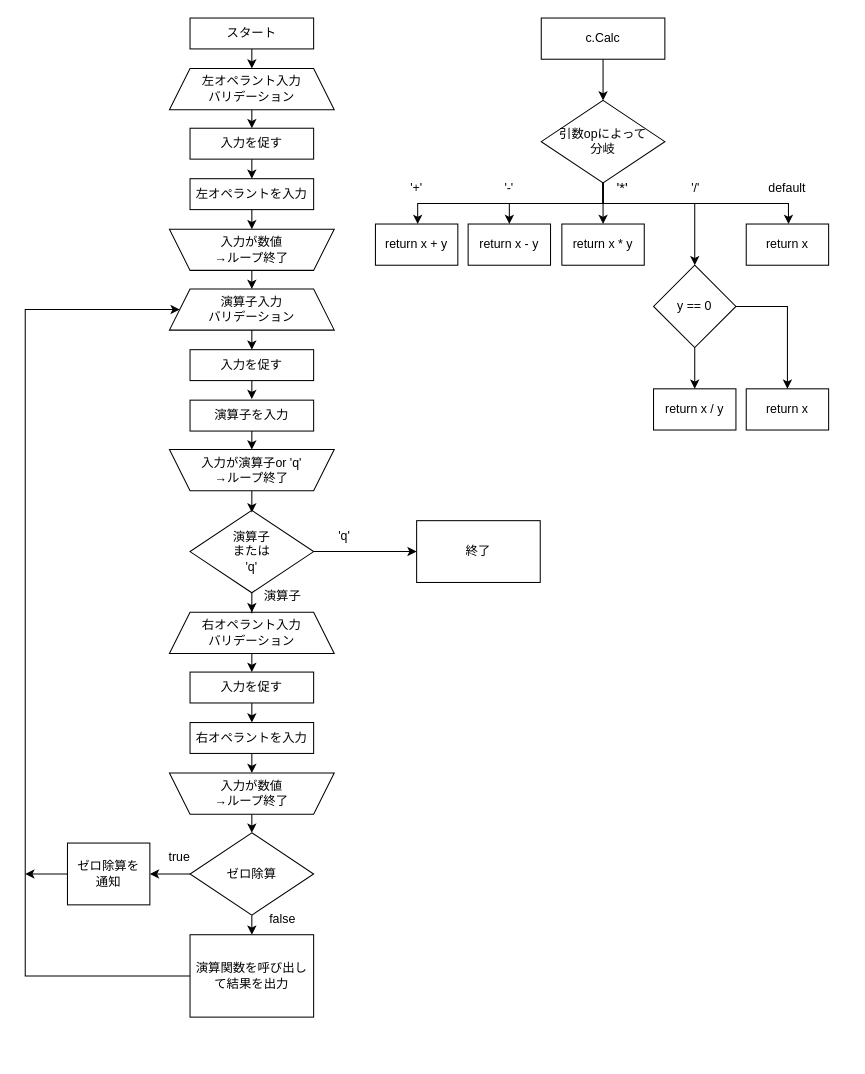
Above: 標準電卓.drawio in kiakibasl-dev/dentaku (draw.io), before the change. Source tidied: cells renumbered, new cells numbered last; positions are measured from the earlier drawing's top-left corner, leaving out a move shared by most shapes. Both pictures are drawn from the tidied source at 103%, with x=0, y=0 at pixel (25, 18).
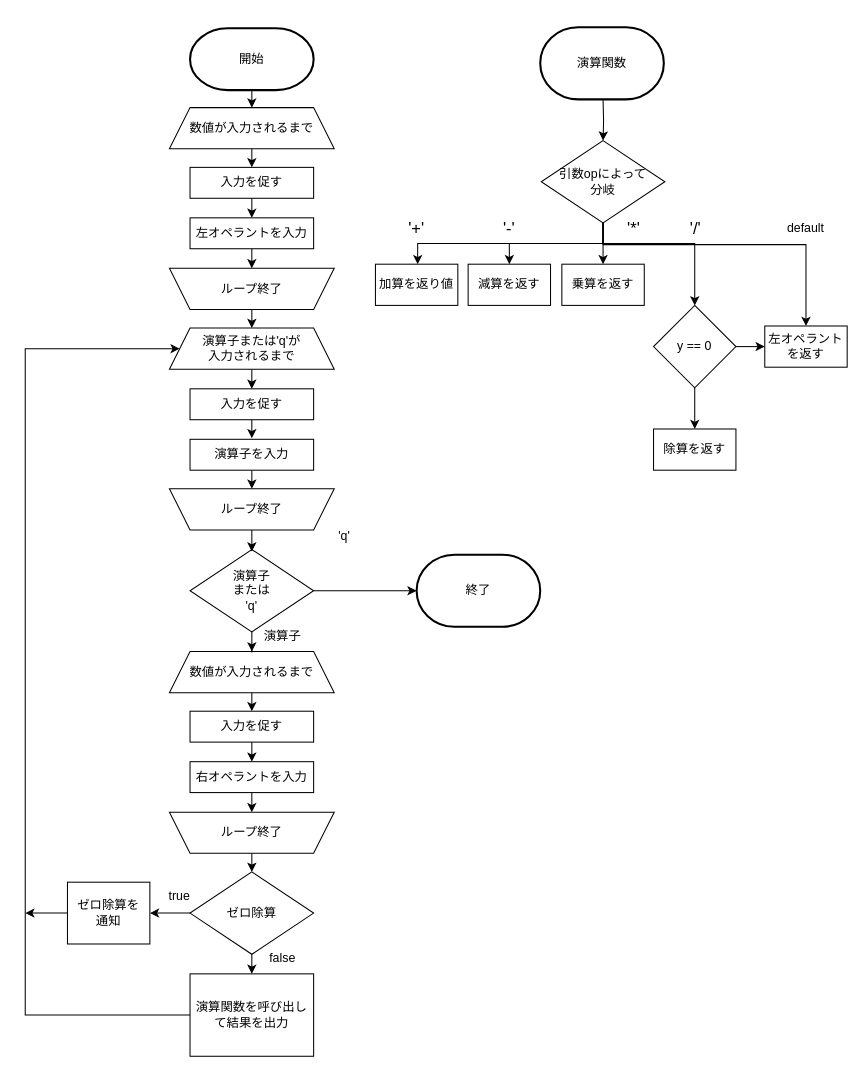
After the change.

Commit message:
関数のノードを修正

Unchanged cells that the change refers to:
```xml
<mxCell id="6" style="group;" parent="1" vertex="1">
  <mxGeometry x="140" width="160" height="970" as="geometry" />
</mxCell>
<mxCell id="49" value="引数opによって&lt;div&gt;分岐&lt;/div&gt;" style="rhombus;whiteSpace=wrap;html=1;" parent="42" vertex="1">
  <mxGeometry x="161" y="80" width="120" height="80" as="geometry" />
</mxCell>
<mxCell id="57" value="y == 0" style="rhombus;whiteSpace=wrap;html=1;" parent="42" vertex="1">
  <mxGeometry x="270" y="240" width="80" height="80" as="geometry" />
</mxCell>
```

Diff of the diagram source:
```diff
@@
-    <mxCell id="2" value="終了" style="rounded=0;whiteSpace=wrap;html=1;" parent="1" vertex="1">
-      <mxGeometry x="380" y="488" width="120" height="60" as="geometry" />
-    </mxCell>
     <mxCell id="3" style="edgeStyle=orthogonalEdgeStyle;rounded=0;jettySize=auto;html=1;" parent="1" edge="1" source="4">
       <mxGeometry relative="1" as="geometry">
-        <mxPoint y="831" as="targetPoint" />
+        <mxPoint y="869" as="targetPoint" />
       </mxGeometry>
     </mxCell>
     <mxCell id="4" value="ゼロ除算を&lt;div&gt;通知&lt;/div&gt;" style="rounded=0;whiteSpace=wrap;html=1;" parent="1" vertex="1">
-      <mxGeometry x="41" y="801" width="80" height="60" as="geometry" />
+      <mxGeometry x="41" y="839" width="80" height="60" as="geometry" />
     </mxCell>
@@
-    <mxCell id="8" value="入力が数値&lt;div&gt;→ループ終了&lt;/div&gt;" style="shape=trapezoid;perimeter=trapezoidPerimeter;whiteSpace=wrap;html=1;fixedSize=1;rotation=0;direction=west;" parent="6" vertex="1">
-      <mxGeometry y="205" width="160" height="40" as="geometry" />
+    <mxCell id="8" value="&lt;div&gt;ループ終了&lt;/div&gt;" style="shape=trapezoid;perimeter=trapezoidPerimeter;whiteSpace=wrap;html=1;fixedSize=1;rotation=0;direction=west;" parent="6" vertex="1">
+      <mxGeometry y="243" width="160" height="40" as="geometry" />
     </mxCell>
-    <mxCell id="9" style="edgeStyle=orthogonalEdgeStyle;rounded=0;jettySize=auto;html=1;exitX=0.5;exitY=1;exitDx=0;exitDy=0;entryX=0.5;entryY=0;entryDx=0;entryDy=0;" parent="6" edge="1" source="10" target="16">
-      <mxGeometry relative="1" as="geometry" />
+    <mxCell id="9" style="edgeStyle=orthogonalEdgeStyle;rounded=0;jettySize=auto;html=1;exitX=0.5;exitY=1;exitDx=0;exitDy=0;entryX=0.5;entryY=0;entryDx=0;entryDy=0;" parent="6" edge="1" target="16">
+      <mxGeometry relative="1" as="geometry">
+        <mxPoint x="80" y="68" as="sourcePoint" />
+      </mxGeometry>
     </mxCell>
-    <mxCell id="10" value="スタート" style="rounded=0;whiteSpace=wrap;html=1;" parent="6" vertex="1">
-      <mxGeometry x="20" width="120" height="30" as="geometry" />
-    </mxCell>
@@
     <mxCell id="12" value="ゼロ除算" style="rhombus;whiteSpace=wrap;html=1;" parent="6" vertex="1">
-      <mxGeometry x="20" y="791" width="120" height="80" as="geometry" />
+      <mxGeometry x="20" y="829" width="120" height="80" as="geometry" />
     </mxCell>
     <mxCell id="13" style="edgeStyle=orthogonalEdgeStyle;rounded=0;jettySize=auto;html=1;entryX=0;entryY=0.5;entryDx=0;entryDy=0;" parent="6" edge="1" source="14" target="22">
       <mxGeometry relative="1" as="geometry">
         <Array as="points">
-          <mxPoint x="-140" y="930" />
-          <mxPoint x="-140" y="283" />
+          <mxPoint x="-140" y="968" />
+          <mxPoint x="-140" y="321" />
         </Array>
       </mxGeometry>
     </mxCell>
     <mxCell id="14" value="演算関数を呼び出して結果を出力" style="rounded=0;whiteSpace=wrap;html=1;" parent="6" vertex="1">
-      <mxGeometry x="20" y="890" width="120" height="80" as="geometry" />
+      <mxGeometry x="20" y="928" width="120" height="80" as="geometry" />
     </mxCell>
@@
-    <mxCell id="16" value="左オペラント入力&lt;div&gt;バリデーション&lt;/div&gt;" style="shape=trapezoid;perimeter=trapezoidPerimeter;whiteSpace=wrap;html=1;fixedSize=1;rounded=0;" parent="6" vertex="1">
-      <mxGeometry y="49" width="160" height="40" as="geometry" />
+    <mxCell id="16" value="数値が&lt;span style=&quot;background-color: transparent; color: light-dark(rgb(0, 0, 0), rgb(255, 255, 255));&quot;&gt;入力されるまで&lt;/span&gt;" style="shape=trapezoid;perimeter=trapezoidPerimeter;whiteSpace=wrap;html=1;fixedSize=1;rounded=0;" parent="6" vertex="1">
+      <mxGeometry y="87" width="160" height="40" as="geometry" />
     </mxCell>
@@
     <mxCell id="18" value="入力を促す" style="whiteSpace=wrap;html=1;rounded=0;" parent="6" vertex="1">
-      <mxGeometry x="20" y="107" width="120" height="30" as="geometry" />
+      <mxGeometry x="20" y="145" width="120" height="30" as="geometry" />
     </mxCell>
@@
     <mxCell id="20" value="左オペラントを入力" style="rounded=0;whiteSpace=wrap;html=1;" parent="6" vertex="1">
-      <mxGeometry x="20" y="156" width="120" height="30" as="geometry" />
+      <mxGeometry x="20" y="194" width="120" height="30" as="geometry" />
     </mxCell>
@@
-    <mxCell id="22" value="演算子入力&lt;div&gt;バリデーション&lt;/div&gt;" style="shape=trapezoid;perimeter=trapezoidPerimeter;whiteSpace=wrap;html=1;fixedSize=1;rounded=0;" parent="6" vertex="1">
-      <mxGeometry y="263" width="160" height="40" as="geometry" />
+    <mxCell id="22" value="演算子または'q'が&lt;br&gt;&lt;div&gt;入力されるまで&lt;/div&gt;" style="shape=trapezoid;perimeter=trapezoidPerimeter;whiteSpace=wrap;html=1;fixedSize=1;rounded=0;" parent="6" vertex="1">
+      <mxGeometry y="301" width="160" height="40" as="geometry" />
     </mxCell>
     <mxCell id="23" style="edgeStyle=orthogonalEdgeStyle;rounded=0;jettySize=auto;html=1;exitX=0.5;exitY=1;exitDx=0;exitDy=0;" parent="6" edge="1" source="24">
       <mxGeometry relative="1" as="geometry">
-        <mxPoint x="80" y="370" as="targetPoint" />
+        <mxPoint x="80" y="408" as="targetPoint" />
       </mxGeometry>
     </mxCell>
     <mxCell id="24" value="入力を促す" style="whiteSpace=wrap;html=1;rounded=0;" parent="6" vertex="1">
-      <mxGeometry x="20" y="322" width="120" height="30" as="geometry" />
+      <mxGeometry x="20" y="360" width="120" height="30" as="geometry" />
     </mxCell>
@@
     <mxCell id="26" value="演算子を入力" style="rounded=0;whiteSpace=wrap;html=1;" parent="6" vertex="1">
-      <mxGeometry x="20" y="371" width="120" height="30" as="geometry" />
+      <mxGeometry x="20" y="409" width="120" height="30" as="geometry" />
     </mxCell>
@@
-    <mxCell id="28" value="右オペラント入力&lt;div&gt;バリデーション&lt;/div&gt;" style="shape=trapezoid;perimeter=trapezoidPerimeter;whiteSpace=wrap;html=1;fixedSize=1;rounded=0;" parent="6" vertex="1">
-      <mxGeometry y="577" width="160" height="40" as="geometry" />
+    <mxCell id="28" value="数値が入力されるまで" style="shape=trapezoid;perimeter=trapezoidPerimeter;whiteSpace=wrap;html=1;fixedSize=1;rounded=0;" parent="6" vertex="1">
+      <mxGeometry y="615" width="160" height="40" as="geometry" />
     </mxCell>
@@
     <mxCell id="30" value="入力を促す" style="whiteSpace=wrap;html=1;rounded=0;" parent="6" vertex="1">
-      <mxGeometry x="20" y="635" width="120" height="30" as="geometry" />
+      <mxGeometry x="20" y="673" width="120" height="30" as="geometry" />
     </mxCell>
@@
     <mxCell id="32" value="右オペラントを入力" style="rounded=0;whiteSpace=wrap;html=1;" parent="6" vertex="1">
-      <mxGeometry x="20" y="684" width="120" height="30" as="geometry" />
+      <mxGeometry x="20" y="722" width="120" height="30" as="geometry" />
     </mxCell>
@@
     <mxCell id="34" value="演算子&lt;div&gt;または&lt;/div&gt;&lt;div&gt;'q'&lt;/div&gt;" style="rhombus;whiteSpace=wrap;html=1;" parent="6" vertex="1">
-      <mxGeometry x="20" y="478" width="120" height="80" as="geometry" />
+      <mxGeometry x="20" y="516" width="120" height="80" as="geometry" />
     </mxCell>
@@
-    <mxCell id="36" value="入力が数値&lt;div&gt;→ループ終了&lt;/div&gt;" style="shape=trapezoid;perimeter=trapezoidPerimeter;whiteSpace=wrap;html=1;fixedSize=1;rotation=0;direction=west;" parent="6" vertex="1">
-      <mxGeometry y="733" width="160" height="40" as="geometry" />
+    <mxCell id="36" value="ループ終了" style="shape=trapezoid;perimeter=trapezoidPerimeter;whiteSpace=wrap;html=1;fixedSize=1;rotation=0;direction=west;" parent="6" vertex="1">
+      <mxGeometry y="771" width="160" height="40" as="geometry" />
     </mxCell>
     <mxCell id="37" style="edgeStyle=orthogonalEdgeStyle;rounded=0;jettySize=auto;html=1;exitX=0.5;exitY=0;exitDx=0;exitDy=0;" parent="6" edge="1" source="38">
       <mxGeometry relative="1" as="geometry">
-        <mxPoint x="80" y="480" as="targetPoint" />
+        <mxPoint x="80" y="518" as="targetPoint" />
       </mxGeometry>
     </mxCell>
-    <mxCell id="38" value="入力が演算子or 'q'&lt;div&gt;→ループ終了&lt;/div&gt;" style="shape=trapezoid;perimeter=trapezoidPerimeter;whiteSpace=wrap;html=1;fixedSize=1;rotation=0;direction=west;" parent="6" vertex="1">
-      <mxGeometry y="419" width="160" height="40" as="geometry" />
+    <mxCell id="38" value="&lt;div&gt;ループ終了&lt;/div&gt;" style="shape=trapezoid;perimeter=trapezoidPerimeter;whiteSpace=wrap;html=1;fixedSize=1;rotation=0;direction=west;" parent="6" vertex="1">
+      <mxGeometry y="457" width="160" height="40" as="geometry" />
     </mxCell>
     <mxCell id="39" value="false" style="text;html=1;whiteSpace=wrap;strokeColor=none;fillColor=none;align=center;verticalAlign=middle;rounded=0;" parent="6" vertex="1">
-      <mxGeometry x="80" y="860" width="60" height="30" as="geometry" />
+      <mxGeometry x="80" y="898" width="60" height="30" as="geometry" />
     </mxCell>
     <mxCell id="40" value="演算子" style="text;html=1;whiteSpace=wrap;strokeColor=none;fillColor=none;align=center;verticalAlign=middle;rounded=0;" parent="6" vertex="1">
-      <mxGeometry x="80" y="547" width="60" height="30" as="geometry" />
+      <mxGeometry x="80" y="585" width="60" height="30" as="geometry" />
     </mxCell>
     <mxCell id="41" value="true" style="text;html=1;whiteSpace=wrap;strokeColor=none;fillColor=none;align=center;verticalAlign=middle;rounded=0;" parent="6" vertex="1">
-      <mxGeometry x="-20" y="800" width="60" height="30" as="geometry" />
+      <mxGeometry x="-20" y="838" width="60" height="30" as="geometry" />
     </mxCell>
+    <mxCell id="67" value="開始" style="strokeWidth=2;html=1;shape=mxgraph.flowchart.terminator;whiteSpace=wrap;" parent="6" vertex="1">
+      <mxGeometry x="20" y="10" width="120" height="60" as="geometry" />
+    </mxCell>
+    <mxCell id="65" style="edgeStyle=orthogonalEdgeStyle;rounded=0;jettySize=auto;html=1;" parent="1" edge="1" source="34" target="2">
+      <mxGeometry relative="1" as="geometry" />
+    </mxCell>
+    <mxCell id="66" style="edgeStyle=orthogonalEdgeStyle;rounded=0;jettySize=auto;html=1;entryX=1;entryY=0.5;entryDx=0;entryDy=0;" parent="1" edge="1" source="12" target="4">
+      <mxGeometry relative="1" as="geometry" />
+    </mxCell>
+    <mxCell id="2" value="終了" style="strokeWidth=2;html=1;shape=mxgraph.flowchart.terminator;whiteSpace=wrap;" parent="1" vertex="1">
+      <mxGeometry x="380" y="521" width="120" height="70" as="geometry" />
+    </mxCell>
+    <mxCell id="68" value="演算関数" style="strokeWidth=2;html=1;shape=mxgraph.flowchart.terminator;whiteSpace=wrap;" parent="1" vertex="1">
+      <mxGeometry x="500" y="9" width="120" height="70" as="geometry" />
+    </mxCell>
     <mxCell id="42" style="group;" parent="1" vertex="1">
-      <mxGeometry x="340" width="440" height="400" as="geometry" />
+      <mxGeometry x="340" y="39" width="440" height="400" as="geometry" />
     </mxCell>
+    <mxCell id="59" value="左オペラントを返す" style="rounded=0;whiteSpace=wrap;html=1;" parent="42" vertex="1">
+      <mxGeometry x="378" y="260" width="80" height="40" as="geometry" />
+    </mxCell>
-    <mxCell id="43" style="edgeStyle=orthogonalEdgeStyle;rounded=0;jettySize=auto;html=1;" parent="42" edge="1" source="44" target="49">
-      <mxGeometry relative="1" as="geometry" />
+    <mxCell id="43" style="edgeStyle=orthogonalEdgeStyle;rounded=0;jettySize=auto;html=1;" parent="42" edge="1" target="49">
+      <mxGeometry relative="1" as="geometry">
+        <mxPoint x="221" y="40" as="sourcePoint" />
+      </mxGeometry>
     </mxCell>
-    <mxCell id="44" value="c.Calc" style="rounded=0;whiteSpace=wrap;html=1;" parent="42" vertex="1">
-      <mxGeometry x="161" width="120" height="40" as="geometry" />
-    </mxCell>
@@
-    <mxCell id="48" style="edgeStyle=orthogonalEdgeStyle;rounded=0;jettySize=auto;html=1;" parent="42" edge="1" source="49">
-      <mxGeometry relative="1" as="geometry">
-        <mxPoint x="401" y="200" as="targetPoint" />
-        <Array as="points">
-          <mxPoint x="221" y="180" />
-          <mxPoint x="401" y="180" />
-        </Array>
-      </mxGeometry>
-    </mxCell>
+    <mxCell id="69" style="edgeStyle=orthogonalEdgeStyle;rounded=0;jettySize=auto;html=1;" parent="42" edge="1" source="49" target="59">
+      <mxGeometry relative="1" as="geometry">
+        <Array as="points">
+          <mxPoint x="221" y="181" />
+          <mxPoint x="418" y="181" />
+        </Array>
+      </mxGeometry>
+    </mxCell>
@@
-    <mxCell id="50" value="return x + y" style="rounded=0;whiteSpace=wrap;html=1;" parent="42" vertex="1">
+    <mxCell id="50" value="加算を返り値" style="rounded=0;whiteSpace=wrap;html=1;" parent="42" vertex="1">
       <mxGeometry y="200" width="80" height="40" as="geometry" />
     </mxCell>
-    <mxCell id="51" value="return x - y" style="rounded=0;whiteSpace=wrap;html=1;" parent="42" vertex="1">
+    <mxCell id="51" value="減算を返す" style="rounded=0;whiteSpace=wrap;html=1;" parent="42" vertex="1">
       <mxGeometry x="90" y="200" width="80" height="40" as="geometry" />
     </mxCell>
-    <mxCell id="52" value="return x * y" style="rounded=0;whiteSpace=wrap;html=1;" parent="42" vertex="1">
+    <mxCell id="52" value="乗算を返す" style="rounded=0;whiteSpace=wrap;html=1;" parent="42" vertex="1">
       <mxGeometry x="181" y="200" width="80" height="40" as="geometry" />
     </mxCell>
-    <mxCell id="53" value="return x / y" style="rounded=0;whiteSpace=wrap;html=1;" parent="42" vertex="1">
+    <mxCell id="53" value="除算を返す" style="rounded=0;whiteSpace=wrap;html=1;" parent="42" vertex="1">
       <mxGeometry x="270" y="360" width="80" height="40" as="geometry" />
     </mxCell>
-    <mxCell id="54" value="return x" style="rounded=0;whiteSpace=wrap;html=1;" parent="42" vertex="1">
-      <mxGeometry x="360" y="200" width="80" height="40" as="geometry" />
-    </mxCell>
@@
-    <mxCell id="56" style="edgeStyle=orthogonalEdgeStyle;rounded=0;jettySize=auto;html=1;entryX=0.5;entryY=0;entryDx=0;entryDy=0;" parent="42" edge="1" source="57" target="59">
+    <mxCell id="56" style="edgeStyle=orthogonalEdgeStyle;rounded=0;jettySize=auto;html=1;exitX=1;exitY=0.5;exitDx=0;exitDy=0;entryX=0;entryY=0.5;entryDx=0;entryDy=0;" parent="42" edge="1" source="57" target="59">
       <mxGeometry relative="1" as="geometry" />
     </mxCell>
@@
-    <mxCell id="59" value="return x" style="rounded=0;whiteSpace=wrap;html=1;" parent="42" vertex="1">
-      <mxGeometry x="360" y="360" width="80" height="40" as="geometry" />
-    </mxCell>
-    <mxCell id="60" value="'*'" style="text;html=1;whiteSpace=wrap;strokeColor=none;fillColor=none;align=center;verticalAlign=middle;rounded=0;fontSize=14;" parent="42" vertex="1">
-      <mxGeometry x="210" y="150" width="60" height="30" as="geometry" />
+    <mxCell id="60" value="'*'" style="text;html=1;whiteSpace=wrap;strokeColor=none;fillColor=none;align=center;verticalAlign=middle;rounded=0;fontSize=16;" parent="42" vertex="1">
+      <mxGeometry x="221" y="150" width="60" height="30" as="geometry" />
     </mxCell>
-    <mxCell id="61" value="'/'" style="text;html=1;whiteSpace=wrap;strokeColor=none;fillColor=none;align=center;verticalAlign=middle;rounded=0;" parent="42" vertex="1">
+    <mxCell id="61" value="'/'" style="text;html=1;whiteSpace=wrap;strokeColor=none;fillColor=none;align=center;verticalAlign=middle;rounded=0;fontSize=16;" parent="42" vertex="1">
       <mxGeometry x="281" y="150" width="60" height="30" as="geometry" />
     </mxCell>
     <mxCell id="62" value="default" style="text;html=1;whiteSpace=wrap;strokeColor=none;fillColor=none;align=center;verticalAlign=middle;rounded=0;" parent="42" vertex="1">
-      <mxGeometry x="370" y="150" width="60" height="30" as="geometry" />
+      <mxGeometry x="388" y="150" width="60" height="30" as="geometry" />
     </mxCell>
-    <mxCell id="63" value="'+'" style="text;html=1;whiteSpace=wrap;strokeColor=none;fillColor=none;align=center;verticalAlign=middle;rounded=0;" parent="42" vertex="1">
+    <mxCell id="63" value="'+'" style="text;html=1;whiteSpace=wrap;strokeColor=none;fillColor=none;align=center;verticalAlign=middle;rounded=0;fontSize=16;" parent="42" vertex="1">
       <mxGeometry x="10" y="150" width="60" height="30" as="geometry" />
     </mxCell>
-    <mxCell id="64" value="'-'" style="text;html=1;whiteSpace=wrap;strokeColor=none;fillColor=none;align=center;verticalAlign=middle;rounded=0;" parent="42" vertex="1">
+    <mxCell id="64" value="'-'" style="text;html=1;whiteSpace=wrap;strokeColor=none;fillColor=none;align=center;verticalAlign=middle;rounded=0;fontSize=16;" parent="42" vertex="1">
       <mxGeometry x="100" y="150" width="60" height="30" as="geometry" />
     </mxCell>
-    <mxCell id="65" style="edgeStyle=orthogonalEdgeStyle;rounded=0;jettySize=auto;html=1;entryX=0;entryY=0.5;entryDx=0;entryDy=0;" parent="1" edge="1" source="34" target="2">
-      <mxGeometry relative="1" as="geometry" />
-    </mxCell>
-    <mxCell id="66" style="edgeStyle=orthogonalEdgeStyle;rounded=0;jettySize=auto;html=1;entryX=1;entryY=0.5;entryDx=0;entryDy=0;" parent="1" edge="1" source="12" target="4">
-      <mxGeometry relative="1" as="geometry" />
-    </mxCell>
```
